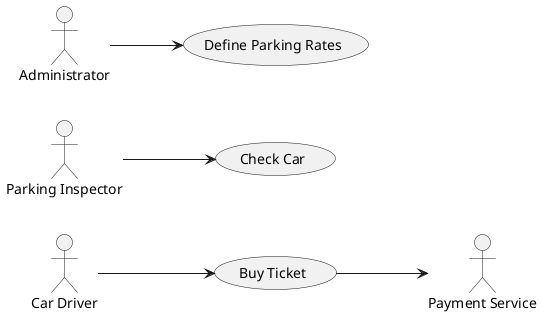
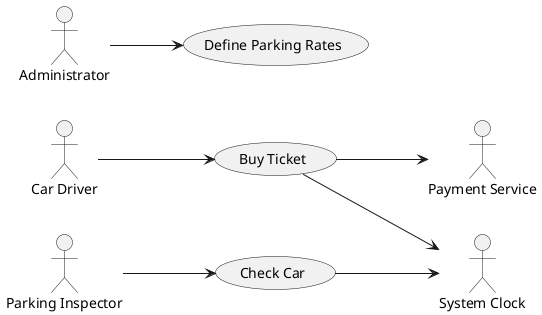
@startuml

left to right direction

- usecase "Buy Ticket"
actor "Car Driver"
actor "Payment Service"
+ actor "System Clock"
+ 
+ usecase "Buy Ticket"
"Car Driver" --> "Buy Ticket"
"Buy Ticket" --> "Payment Service"
+ "Buy Ticket" --> "System Clock"

- "Parking Inspector" --> (Check Car)
+ usecase "Check Car"
+ "Parking Inspector" --> "Check Car"
+ "Check Car" --> "System Clock"
Administrator --> (Define Parking Rates)

@enduml
